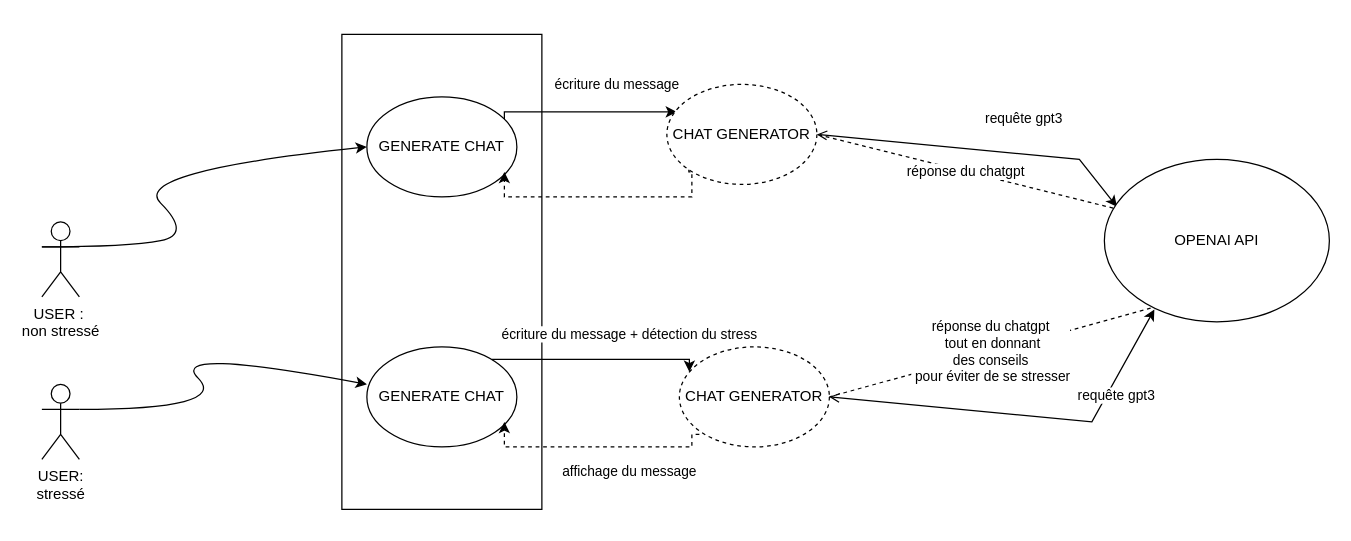
Earlier version of the draw.io diagram Diagramme sans nom.drawio (killer-beep07/ard). Source tidied: cells renumbered, new cells numbered last; positions are measured from the earlier drawing's top-left corner, leaving out a move shared by most shapes. Both pictures are drawn from the tidied source at 125%, with x=0, y=0 at pixel (41, 34).
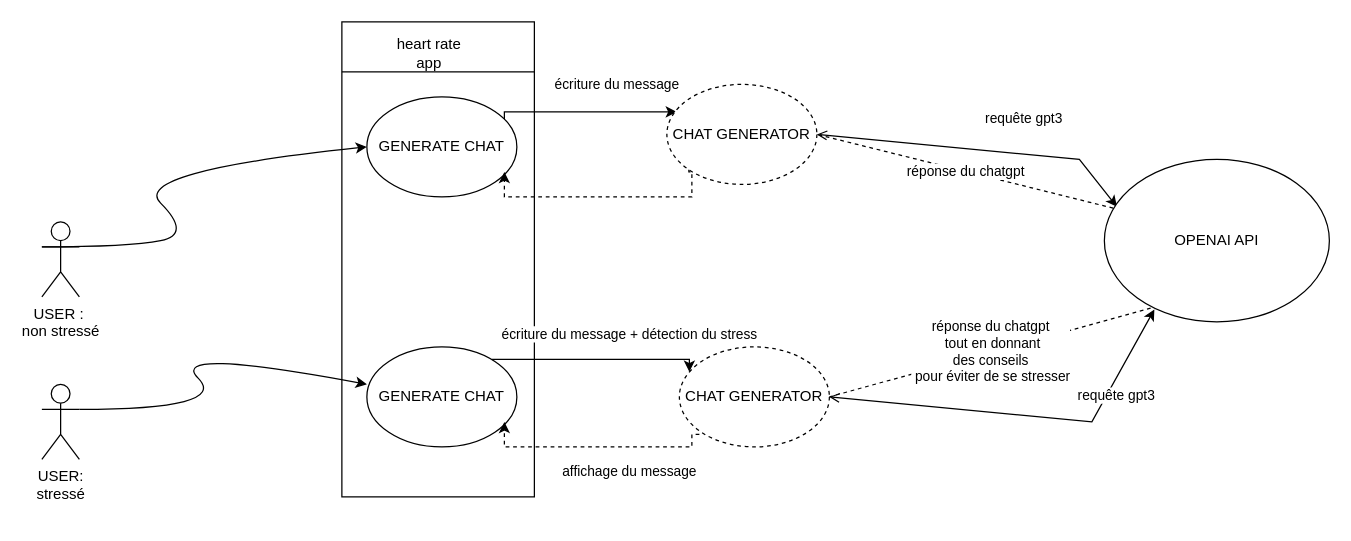
After the change.

Commit message:
cas d'utilisation

Change to the diagram source:
```diff
@@
     <mxCell id="6" style="rounded=0;whiteSpace=wrap;html=1;fillColor=none;" parent="1" vertex="1">
-      <mxGeometry x="240" width="160" height="380" as="geometry" />
+      <mxGeometry x="240" y="-10" width="154" height="380" as="geometry" />
     </mxCell>
@@
+    <mxCell id="21" value="heart rate app" style="text;strokeColor=none;align=center;fillColor=none;html=1;verticalAlign=middle;whiteSpace=wrap;rounded=0;" parent="1" vertex="1">
+      <mxGeometry x="280" width="60" height="30" as="geometry" />
+    </mxCell>
+    <mxCell id="22" style="endArrow=none;html=1;rounded=0;" parent="1" edge="1">
+      <mxGeometry relative="1" as="geometry">
+        <mxPoint x="240" y="30" as="sourcePoint" />
+        <mxPoint x="394" y="30" as="targetPoint" />
+      </mxGeometry>
+    </mxCell>
```
